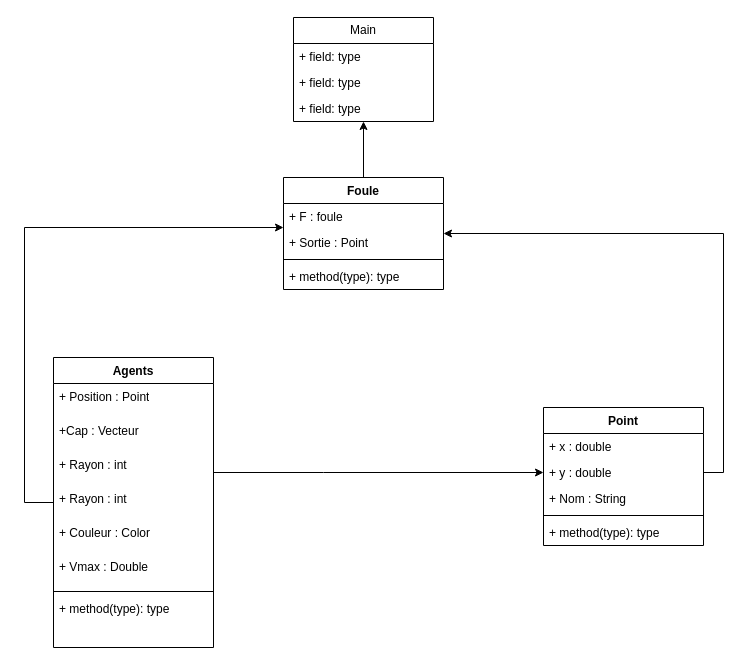
Above: Projet INFO.drawio in Sifra850/Projet_Info (draw.io), before the change. Source tidied: cells renumbered, new cells numbered last; positions are measured from the earlier drawing's top-left corner, leaving out a move shared by most shapes. Both pictures are drawn from the tidied source at 100%, with x=0, y=0 at pixel (24, 17).
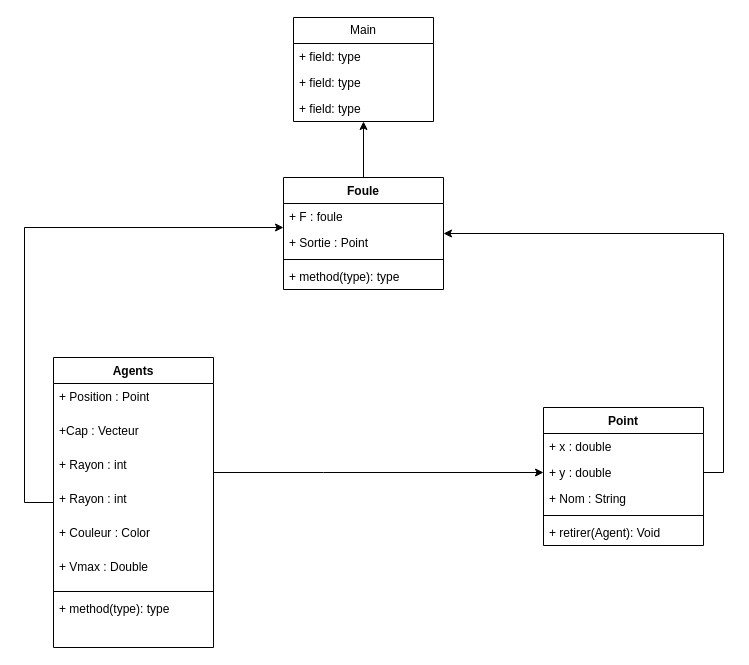
After the change.

Commit message:
Mettre à jour Projet INFO.drawio

The change refers to these unchanged cells:
```xml
<mxCell id="22" value="Point" style="swimlane;fontStyle=1;align=center;verticalAlign=top;horizontal=1;startSize=26;whiteSpace=wrap;html=1;" parent="1" vertex="1">
  <mxGeometry x="519" y="390" width="160" height="138" as="geometry" />
</mxCell>
```

Change to the diagram source:
```diff
@@
-    <mxCell id="27" value="+ method(type): type" style="text;strokeColor=none;fillColor=none;align=left;verticalAlign=top;spacingLeft=4;spacingRight=4;overflow=hidden;whiteSpace=wrap;html=1;" parent="22" vertex="1">
+    <mxCell id="27" value="+ retirer(Agent): Void" style="text;strokeColor=none;fillColor=none;align=left;verticalAlign=top;spacingLeft=4;spacingRight=4;overflow=hidden;whiteSpace=wrap;html=1;" parent="22" vertex="1">
       <mxGeometry y="112" width="160" height="26" as="geometry" />
     </mxCell>
```
